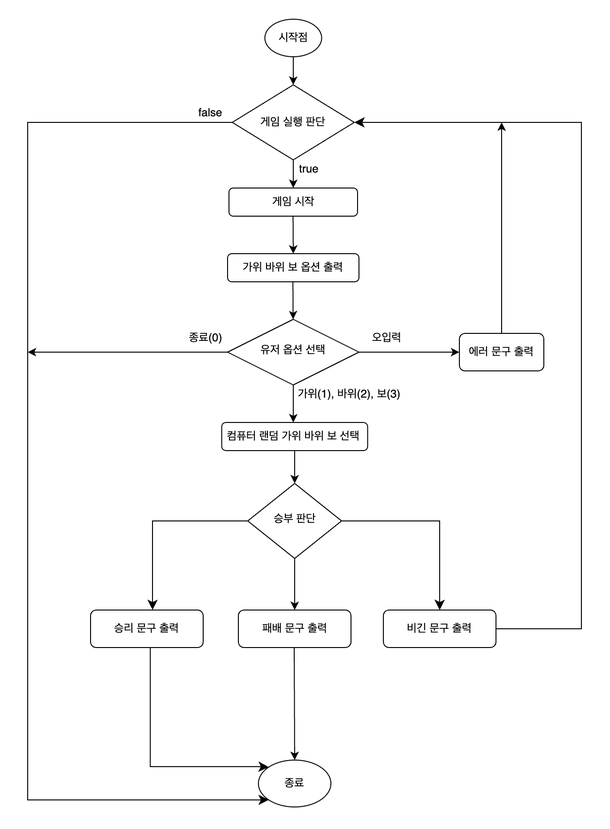
Above: docs/Game_RockPaperScissors_FlowChart.drawio.png in tasty-code/ios-rock-scissor-paper (draw.io), before the change. Source tidied: cells renumbered, new cells last; positions are measured from the earlier drawing's top-left corner, leaving out a move shared by most shapes.
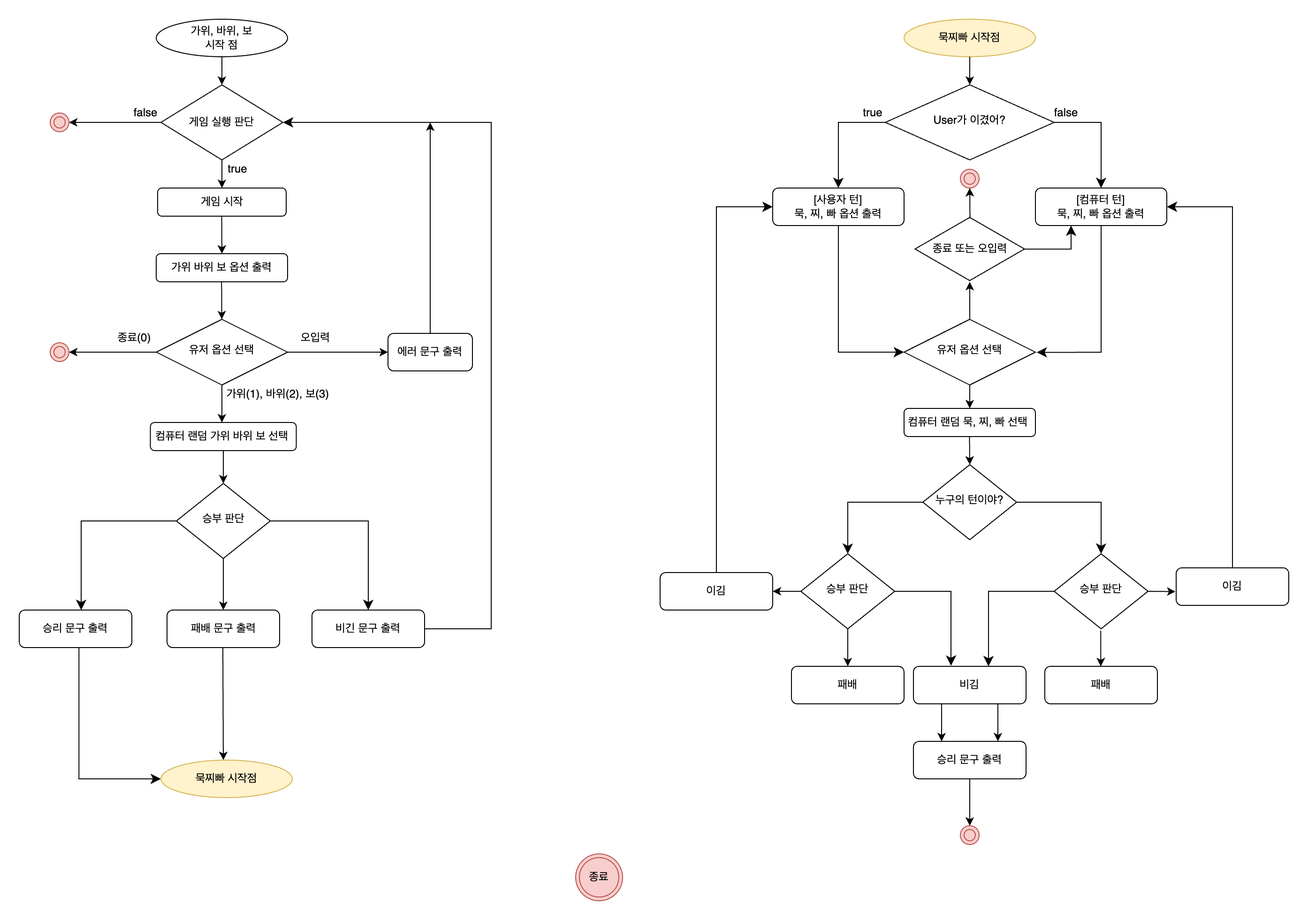
The same diagram one commit later.

What changed in the source:
```diff
@@ -8,8 +8,8 @@
     <mxCell id="3" value="에러 문구 출력" style="rounded=1;whiteSpace=wrap;html=1;fontSize=12;glass=0;strokeWidth=1;shadow=0;" parent="1" vertex="1">
       <mxGeometry x="460" y="335" width="90" height="40" as="geometry" />
     </mxCell>
-    <mxCell id="4" value="시작점" style="ellipse;whiteSpace=wrap;html=1;" parent="1" vertex="1">
-      <mxGeometry x="252.8" width="60.5" height="40" as="geometry" />
+    <mxCell id="4" value="가위, 바위, 보 &lt;br&gt;시작 점" style="ellipse;whiteSpace=wrap;html=1;" parent="1" vertex="1">
+      <mxGeometry x="213" width="140" height="40" as="geometry" />
     </mxCell>
     <mxCell id="5" style="endArrow=classic;html=1;rounded=0;exitX=0.5;exitY=1;exitDx=0;exitDy=0;entryX=0.5;entryY=0;entryDx=0;entryDy=0;" parent="1" edge="1" source="4" target="19">
       <mxGeometry relative="1" as="geometry" />
@@ -62,9 +62,10 @@
         <mxGeometry x="280" y="390" width="126" height="20" as="geometry" />
       </mxCell>
     </object>
-    <mxCell id="18" style="endArrow=classic;html=1;rounded=0;entryX=0.5;entryY=0;entryDx=0;entryDy=0;" parent="1" edge="1" target="21">
+    <mxCell id="18" style="endArrow=classic;html=1;rounded=0;entryX=0.5;entryY=0;entryDx=0;entryDy=0;" parent="1" edge="1">
       <mxGeometry relative="1" as="geometry">
         <mxPoint x="284" y="670" as="sourcePoint" />
+        <mxPoint x="284.5" y="790" as="targetPoint" />
       </mxGeometry>
     </mxCell>
     <mxCell id="19" value="게임 실행 판단" style="rhombus;whiteSpace=wrap;html=1;" parent="1" vertex="1">
@@ -73,13 +74,10 @@
     <mxCell id="20" value="게임 시작" style="rounded=1;whiteSpace=wrap;html=1;" parent="1" vertex="1">
       <mxGeometry x="214.5" y="180" width="137" height="30" as="geometry" />
     </mxCell>
-    <mxCell id="21" value="종료" style="ellipse;whiteSpace=wrap;html=1;" parent="1" vertex="1">
-      <mxGeometry x="245.9" y="790" width="77.2" height="50" as="geometry" />
-    </mxCell>
     <mxCell id="22" style="edgeStyle=elbowEdgeStyle;elbow=horizontal;endArrow=classic;html=1;curved=0;rounded=0;endSize=8;startSize=8;entryX=1;entryY=0.5;entryDx=0;entryDy=0;exitX=1;exitY=0.5;exitDx=0;exitDy=0;" parent="1" edge="1" source="8" target="19">
       <mxGeometry relative="1" as="geometry">
         <Array as="points">
-          <mxPoint x="590" y="380" />
+          <mxPoint x="570" y="380" />
         </Array>
       </mxGeometry>
     </mxCell>
@@ -110,21 +108,13 @@
         <mxPoint x="284.5" y="495" as="targetPoint" />
       </mxGeometry>
     </mxCell>
-    <mxCell id="29" style="edgeStyle=segmentEdgeStyle;endArrow=classic;html=1;curved=0;rounded=0;endSize=8;startSize=8;exitX=0.53;exitY=0.996;exitDx=0;exitDy=0;exitPerimeter=0;entryX=0;entryY=0;entryDx=0;entryDy=0;" parent="1" edge="1" source="9" target="21">
+    <mxCell id="29" style="edgeStyle=segmentEdgeStyle;endArrow=classic;html=1;curved=0;rounded=0;endSize=8;startSize=8;exitX=0.53;exitY=0.996;exitDx=0;exitDy=0;exitPerimeter=0;" parent="1" edge="1" source="9" target="35">
       <mxGeometry relative="1" as="geometry">
         <Array as="points">
-          <mxPoint x="131" y="797" />
-          <mxPoint x="245" y="797" />
+          <mxPoint x="131" y="810" />
         </Array>
       </mxGeometry>
     </mxCell>
-    <mxCell id="30" style="edgeStyle=elbowEdgeStyle;elbow=horizontal;endArrow=classic;html=1;curved=0;rounded=0;endSize=8;startSize=8;exitX=0;exitY=0.5;exitDx=0;exitDy=0;entryX=0;entryY=1;entryDx=0;entryDy=0;" parent="1" edge="1" source="19" target="21">
-      <mxGeometry relative="1" as="geometry">
-        <Array as="points">
-          <mxPoint y="470" />
-        </Array>
-      </mxGeometry>
-    </mxCell>
     <object id="31" label="true" name="Variable" placeholders="1">
       <mxCell style="text;html=1;strokeColor=none;fillColor=none;align=center;verticalAlign=middle;whiteSpace=wrap;overflow=hidden;fontSize=12;" parent="1" vertex="1">
         <mxGeometry x="277.1" y="150" width="46" height="20" as="geometry" />
@@ -132,7 +122,7 @@
     </object>
     <object id="32" label="false" name="Variable" placeholders="1">
       <mxCell style="text;html=1;strokeColor=none;fillColor=none;align=center;verticalAlign=middle;whiteSpace=wrap;overflow=hidden;fontSize=12;" parent="1" vertex="1">
-        <mxGeometry x="172" y="90" width="46" height="20" as="geometry" />
+        <mxGeometry x="178.5" y="90" width="46" height="20" as="geometry" />
       </mxCell>
     </object>
     <mxCell id="33" style="endArrow=classic;html=1;rounded=0;exitX=0.5;exitY=0;exitDx=0;exitDy=0;" parent="1" edge="1" source="3">
@@ -142,8 +132,218 @@
     </mxCell>
     <mxCell id="34" style="endArrow=classic;html=1;rounded=0;exitX=0;exitY=0.5;exitDx=0;exitDy=0;" parent="1" edge="1" source="2">
       <mxGeometry relative="1" as="geometry">
-        <mxPoint y="355" as="targetPoint" />
+        <mxPoint x="120" y="355" as="targetPoint" />
       </mxGeometry>
     </mxCell>
+    <mxCell id="35" value="묵찌빠 시작점" style="ellipse;whiteSpace=wrap;html=1;fillColor=#fff2cc;strokeColor=#d6b656;" parent="1" vertex="1">
+      <mxGeometry x="218" y="790" width="140" height="40" as="geometry" />
+    </mxCell>
+    <mxCell id="36" value="묵찌빠 시작점" style="ellipse;whiteSpace=wrap;html=1;fillColor=#fff2cc;strokeColor=#d6b656;" parent="1" vertex="1">
+      <mxGeometry x="1010" width="140" height="40" as="geometry" />
+    </mxCell>
+    <mxCell id="37" value="[사용자 턴] &lt;br&gt;묵, 찌, 빠 옵션 출력" style="rounded=1;whiteSpace=wrap;html=1;" parent="1" vertex="1">
+      <mxGeometry x="870" y="180" width="140" height="40" as="geometry" />
+    </mxCell>
+    <mxCell id="38" value="유저 옵션 선택" style="rhombus;whiteSpace=wrap;html=1;shadow=0;fontFamily=Helvetica;fontSize=12;align=center;strokeWidth=1;spacing=6;spacingTop=-4;" parent="1" vertex="1">
+      <mxGeometry x="1010" y="320" width="140" height="70" as="geometry" />
+    </mxCell>
+    <mxCell id="39" value="누구의 턴이야?" style="rhombus;whiteSpace=wrap;html=1;shadow=0;fontFamily=Helvetica;fontSize=12;align=center;strokeWidth=1;spacing=6;spacingTop=-4;" parent="1" vertex="1">
+      <mxGeometry x="1030" y="475" width="100" height="80" as="geometry" />
+    </mxCell>
+    <mxCell id="40" value="컴퓨터 랜덤 묵, 찌, 빠 선택&amp;nbsp;" style="rounded=1;whiteSpace=wrap;html=1;" parent="1" vertex="1">
+      <mxGeometry x="1010" y="415" width="140" height="30" as="geometry" />
+    </mxCell>
+    <mxCell id="41" value="User가 이겼어?" style="rhombus;whiteSpace=wrap;html=1;shadow=0;fontFamily=Helvetica;fontSize=12;align=center;strokeWidth=1;spacing=6;spacingTop=-4;" parent="1" vertex="1">
+      <mxGeometry x="990" y="70" width="180" height="80" as="geometry" />
+    </mxCell>
+    <mxCell id="42" value="[컴퓨터 턴] &lt;br&gt;묵, 찌, 빠 옵션 출력" style="rounded=1;whiteSpace=wrap;html=1;" parent="1" vertex="1">
+      <mxGeometry x="1150" y="180" width="140" height="40" as="geometry" />
+    </mxCell>
+    <mxCell id="43" style="edgeStyle=segmentEdgeStyle;endArrow=classic;html=1;curved=0;rounded=0;endSize=8;startSize=8;exitX=0;exitY=0.5;exitDx=0;exitDy=0;entryX=0.5;entryY=0;entryDx=0;entryDy=0;" parent="1" edge="1" source="41" target="37">
+      <mxGeometry relative="1" as="geometry">
+        <Array as="points">
+          <mxPoint x="940" y="110" />
+        </Array>
+      </mxGeometry>
+    </mxCell>
+    <object id="44" label="true" name="Variable" placeholders="1">
+      <mxCell style="text;html=1;strokeColor=none;fillColor=none;align=center;verticalAlign=middle;whiteSpace=wrap;overflow=hidden;fontSize=12;" parent="1" vertex="1">
+        <mxGeometry x="954" y="90" width="46" height="20" as="geometry" />
+      </mxCell>
+    </object>
+    <mxCell id="45" style="edgeStyle=segmentEdgeStyle;endArrow=classic;html=1;curved=0;rounded=0;endSize=8;startSize=8;entryX=0.5;entryY=0;entryDx=0;entryDy=0;" parent="1" edge="1" target="42">
+      <mxGeometry relative="1" as="geometry">
+        <mxPoint x="1170" y="110" as="sourcePoint" />
+        <Array as="points">
+          <mxPoint x="1220" y="110" />
+        </Array>
+      </mxGeometry>
+    </mxCell>
+    <object id="46" label="false" name="Variable" placeholders="1">
+      <mxCell style="text;html=1;strokeColor=none;fillColor=none;align=center;verticalAlign=middle;whiteSpace=wrap;overflow=hidden;fontSize=12;" parent="1" vertex="1">
+        <mxGeometry x="1160" y="90" width="46" height="20" as="geometry" />
+      </mxCell>
+    </object>
+    <mxCell id="47" style="endArrow=classic;html=1;rounded=0;entryX=0.5;entryY=0;entryDx=0;entryDy=0;" parent="1" edge="1" target="41">
+      <mxGeometry relative="1" as="geometry">
+        <mxPoint x="1080" y="40" as="sourcePoint" />
+      </mxGeometry>
+    </mxCell>
+    <mxCell id="48" style="edgeStyle=segmentEdgeStyle;endArrow=classic;html=1;curved=0;rounded=0;endSize=8;startSize=8;entryX=0;entryY=0.5;entryDx=0;entryDy=0;" parent="1" edge="1" target="38">
+      <mxGeometry relative="1" as="geometry">
+        <mxPoint x="940" y="220" as="sourcePoint" />
+        <Array as="points">
+          <mxPoint x="940" y="355" />
+        </Array>
+      </mxGeometry>
+    </mxCell>
+    <mxCell id="49" style="edgeStyle=segmentEdgeStyle;endArrow=classic;html=1;curved=0;rounded=0;endSize=8;startSize=8;entryX=1.009;entryY=0.503;entryDx=0;entryDy=0;entryPerimeter=0;" parent="1" edge="1" target="38">
+      <mxGeometry relative="1" as="geometry">
+        <mxPoint x="1220" y="220" as="sourcePoint" />
+        <Array as="points">
+          <mxPoint x="1220" y="355" />
+        </Array>
+      </mxGeometry>
+    </mxCell>
+    <mxCell id="50" style="endArrow=classic;html=1;rounded=0;exitX=0.5;exitY=1;exitDx=0;exitDy=0;" parent="1" edge="1" source="38" target="40">
+      <mxGeometry relative="1" as="geometry" />
+    </mxCell>
+    <mxCell id="51" style="endArrow=classic;html=1;rounded=0;exitX=0.5;exitY=1;exitDx=0;exitDy=0;entryX=0.5;entryY=0;entryDx=0;entryDy=0;" parent="1" edge="1" target="39">
+      <mxGeometry relative="1" as="geometry">
+        <mxPoint x="1079.8" y="445" as="sourcePoint" />
+      </mxGeometry>
+    </mxCell>
+    <mxCell id="52" value="승부 판단" style="rhombus;whiteSpace=wrap;html=1;shadow=0;fontFamily=Helvetica;fontSize=12;align=center;strokeWidth=1;spacing=6;spacingTop=-4;" parent="1" vertex="1">
+      <mxGeometry x="900" y="570" width="100" height="80" as="geometry" />
+    </mxCell>
+    <mxCell id="53" value="승부 판단" style="rhombus;whiteSpace=wrap;html=1;shadow=0;fontFamily=Helvetica;fontSize=12;align=center;strokeWidth=1;spacing=6;spacingTop=-4;" parent="1" vertex="1">
+      <mxGeometry x="1170" y="570" width="100" height="80" as="geometry" />
+    </mxCell>
+    <mxCell id="54" style="edgeStyle=segmentEdgeStyle;endArrow=classic;html=1;curved=0;rounded=0;endSize=8;startSize=8;exitX=0;exitY=0.5;exitDx=0;exitDy=0;entryX=0.5;entryY=0;entryDx=0;entryDy=0;" parent="1" edge="1" source="39" target="52">
+      <mxGeometry relative="1" as="geometry">
+        <Array as="points">
+          <mxPoint x="950" y="515" />
+        </Array>
+      </mxGeometry>
+    </mxCell>
+    <mxCell id="55" style="edgeStyle=segmentEdgeStyle;endArrow=classic;html=1;curved=0;rounded=0;endSize=8;startSize=8;entryX=0.5;entryY=0;entryDx=0;entryDy=0;exitX=1;exitY=0.5;exitDx=0;exitDy=0;" parent="1" edge="1" source="39" target="53">
+      <mxGeometry relative="1" as="geometry">
+        <Array as="points">
+          <mxPoint x="1220" y="515" />
+        </Array>
+      </mxGeometry>
+    </mxCell>
+    <mxCell id="56" value="패배" style="rounded=1;whiteSpace=wrap;html=1;" parent="1" vertex="1">
+      <mxGeometry x="1160" y="690" width="120" height="40" as="geometry" />
+    </mxCell>
+    <mxCell id="57" value="비김" style="rounded=1;whiteSpace=wrap;html=1;" parent="1" vertex="1">
+      <mxGeometry x="1020" y="690" width="120" height="40" as="geometry" />
+    </mxCell>
+    <mxCell id="58" value="이김" style="rounded=1;whiteSpace=wrap;html=1;" parent="1" vertex="1">
+      <mxGeometry x="750" y="590" width="120" height="40" as="geometry" />
+    </mxCell>
+    <mxCell id="59" style="edgeStyle=segmentEdgeStyle;endArrow=classic;html=1;curved=0;rounded=0;endSize=8;startSize=8;exitX=1;exitY=0.5;exitDx=0;exitDy=0;entryX=0.337;entryY=-0.014;entryDx=0;entryDy=0;entryPerimeter=0;" parent="1" edge="1" source="52" target="57">
+      <mxGeometry relative="1" as="geometry">
+        <Array as="points">
+          <mxPoint x="1060" y="610" />
+          <mxPoint x="1060" y="689" />
+        </Array>
+      </mxGeometry>
+    </mxCell>
+    <mxCell id="60" style="edgeStyle=segmentEdgeStyle;endArrow=classic;html=1;curved=0;rounded=0;endSize=8;startSize=8;exitX=0;exitY=0.5;exitDx=0;exitDy=0;" parent="1" edge="1" source="53" target="57">
+      <mxGeometry relative="1" as="geometry">
+        <Array as="points">
+          <mxPoint x="1100" y="610" />
+        </Array>
+      </mxGeometry>
+    </mxCell>
+    <mxCell id="61" value="이김" style="rounded=1;whiteSpace=wrap;html=1;" parent="1" vertex="1">
+      <mxGeometry x="1300" y="585" width="120" height="40" as="geometry" />
+    </mxCell>
+    <mxCell id="62" style="edgeStyle=segmentEdgeStyle;endArrow=classic;html=1;curved=0;rounded=0;endSize=8;startSize=8;entryX=0;entryY=0.5;entryDx=0;entryDy=0;exitX=0.5;exitY=0;exitDx=0;exitDy=0;" parent="1" edge="1" source="58" target="37">
+      <mxGeometry relative="1" as="geometry">
+        <Array as="points">
+          <mxPoint x="810" y="200" />
+        </Array>
+      </mxGeometry>
+    </mxCell>
+    <mxCell id="63" style="edgeStyle=segmentEdgeStyle;endArrow=classic;html=1;curved=0;rounded=0;endSize=8;startSize=8;exitX=0.5;exitY=0;exitDx=0;exitDy=0;entryX=1;entryY=0.5;entryDx=0;entryDy=0;" parent="1" edge="1" source="61" target="42">
+      <mxGeometry relative="1" as="geometry">
+        <Array as="points">
+          <mxPoint x="1360" y="200" />
+        </Array>
+      </mxGeometry>
+    </mxCell>
+    <mxCell id="64" value="패배" style="rounded=1;whiteSpace=wrap;html=1;" parent="1" vertex="1">
+      <mxGeometry x="890" y="690" width="120" height="40" as="geometry" />
+    </mxCell>
+    <mxCell id="65" style="endArrow=classic;html=1;rounded=0;exitX=0;exitY=0.5;exitDx=0;exitDy=0;entryX=1;entryY=0.5;entryDx=0;entryDy=0;" parent="1" edge="1" source="52" target="58">
+      <mxGeometry relative="1" as="geometry" />
+    </mxCell>
+    <mxCell id="66" style="endArrow=classic;html=1;rounded=0;exitX=1;exitY=0.5;exitDx=0;exitDy=0;entryX=-0.006;entryY=0.633;entryDx=0;entryDy=0;entryPerimeter=0;" parent="1" edge="1" source="53" target="61">
+      <mxGeometry relative="1" as="geometry" />
+    </mxCell>
+    <mxCell id="67" style="endArrow=classic;html=1;rounded=0;entryX=0.5;entryY=0;entryDx=0;entryDy=0;" parent="1" edge="1" target="64">
+      <mxGeometry relative="1" as="geometry">
+        <mxPoint x="950" y="650" as="sourcePoint" />
+      </mxGeometry>
+    </mxCell>
+    <mxCell id="68" style="endArrow=classic;html=1;rounded=0;entryX=0.669;entryY=-0.041;entryDx=0;entryDy=0;entryPerimeter=0;" parent="1" edge="1">
+      <mxGeometry relative="1" as="geometry">
+        <mxPoint x="1219.7" y="652" as="sourcePoint" />
+        <mxPoint x="1219.7" y="690" as="targetPoint" />
+      </mxGeometry>
+    </mxCell>
+    <mxCell id="69" style="endArrow=classic;html=1;rounded=0;exitX=0;exitY=0.5;exitDx=0;exitDy=0;" parent="1" edge="1" source="19">
+      <mxGeometry relative="1" as="geometry">
+        <mxPoint x="120" y="110" as="targetPoint" />
+      </mxGeometry>
+    </mxCell>
+    <mxCell id="70" style="ellipse;shape=doubleEllipse;whiteSpace=wrap;html=1;fillColor=#f8cecc;strokeColor=#b85450;" parent="1" vertex="1">
+      <mxGeometry x="100" y="100" width="20" height="20" as="geometry" />
+    </mxCell>
+    <mxCell id="71" style="ellipse;shape=doubleEllipse;whiteSpace=wrap;html=1;fillColor=#f8cecc;strokeColor=#b85450;" parent="1" vertex="1">
+      <mxGeometry x="100" y="345" width="20" height="20" as="geometry" />
+    </mxCell>
+    <mxCell id="72" style="ellipse;shape=doubleEllipse;whiteSpace=wrap;html=1;fillColor=#f8cecc;strokeColor=#b85450;" parent="1" vertex="1">
+      <mxGeometry x="1070" y="860" width="20" height="20" as="geometry" />
+    </mxCell>
+    <mxCell id="73" value="승리 문구 출력" style="rounded=1;whiteSpace=wrap;html=1;" parent="1" vertex="1">
+      <mxGeometry x="1020" y="770" width="120" height="40" as="geometry" />
+    </mxCell>
+    <mxCell id="74" style="endArrow=classic;html=1;rounded=0;entryX=0.75;entryY=0;entryDx=0;entryDy=0;exitX=0.75;exitY=1;exitDx=0;exitDy=0;" parent="1" edge="1" source="57" target="73">
+      <mxGeometry relative="1" as="geometry" />
+    </mxCell>
+    <mxCell id="75" style="endArrow=classic;html=1;rounded=0;entryX=0.75;entryY=0;entryDx=0;entryDy=0;exitX=0.75;exitY=1;exitDx=0;exitDy=0;" parent="1" edge="1">
+      <mxGeometry relative="1" as="geometry">
+        <mxPoint x="1050" y="730" as="sourcePoint" />
+        <mxPoint x="1050" y="770" as="targetPoint" />
+      </mxGeometry>
+    </mxCell>
+    <mxCell id="76" style="endArrow=classic;html=1;rounded=0;entryX=0.5;entryY=0;entryDx=0;entryDy=0;exitX=0.5;exitY=1;exitDx=0;exitDy=0;" parent="1" edge="1" source="73" target="72">
+      <mxGeometry relative="1" as="geometry" />
+    </mxCell>
+    <mxCell id="77" value="&lt;font style=&quot;font-size: 12px;&quot;&gt;종료 또는 오입력&lt;/font&gt;" style="html=1;whiteSpace=wrap;shape=isoRectangle;fontSize=8;" parent="1" vertex="1">
+      <mxGeometry x="1021.7" y="210" width="116.7" height="70" as="geometry" />
+    </mxCell>
+    <mxCell id="78" style="endArrow=classic;html=1;rounded=0;exitX=0.5;exitY=0;exitDx=0;exitDy=0;" parent="1" edge="1" source="38">
+      <mxGeometry relative="1" as="geometry">
+        <mxPoint x="1080" y="280" as="targetPoint" />
+      </mxGeometry>
+    </mxCell>
+    <mxCell id="79" style="ellipse;shape=doubleEllipse;whiteSpace=wrap;html=1;fillColor=#f8cecc;strokeColor=#b85450;" parent="1" vertex="1">
+      <mxGeometry x="1070" y="160" width="20" height="20" as="geometry" />
+    </mxCell>
+    <mxCell id="80" style="endArrow=classic;html=1;rounded=0;exitX=0.502;exitY=0.034;exitDx=0;exitDy=0;exitPerimeter=0;entryX=0.5;entryY=1;entryDx=0;entryDy=0;" parent="1" edge="1" source="77" target="79">
+      <mxGeometry relative="1" as="geometry" />
+    </mxCell>
+    <mxCell id="21" value="종료" style="ellipse;shape=doubleEllipse;whiteSpace=wrap;html=1;fillColor=#f8cecc;strokeColor=#b85450;" parent="1" vertex="1">
+      <mxGeometry x="660" y="890" width="50" height="50" as="geometry" />
+    </mxCell>
+    <mxCell id="81" style="edgeStyle=segmentEdgeStyle;endArrow=classic;html=1;curved=0;rounded=0;endSize=8;startSize=8;exitX=1;exitY=0.501;exitDx=0;exitDy=0;exitPerimeter=0;" parent="1" edge="1" source="77">
+      <mxGeometry relative="1" as="geometry">
+        <mxPoint x="1188" y="220" as="targetPoint" />
+      </mxGeometry>
+    </mxCell>
   </root>
 </mxGraphModel>
```
